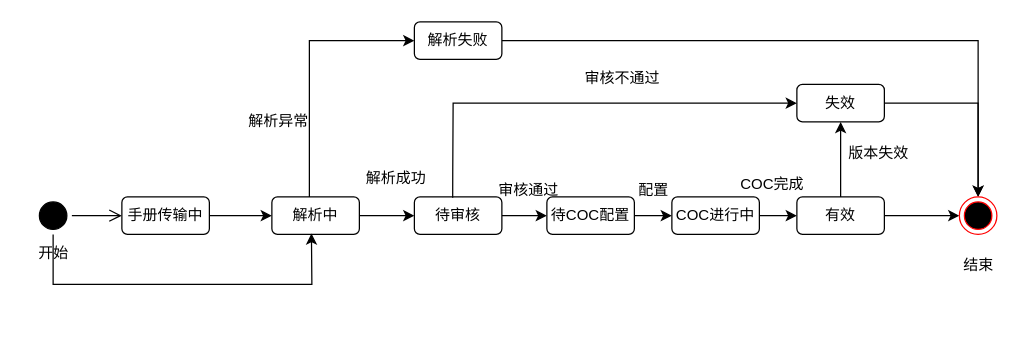
DemonHan/KuickBuy keeps this draw.io diagram as 设计相关/手册状态转移.drawio. Above is the earlier version. Source tidied: cells renumbered, new cells numbered last; positions are measured from the earlier drawing's top-left corner, leaving out a move shared by most shapes. Both pictures are drawn from the tidied source at 125%, with x=0, y=0 at pixel (21, 21).
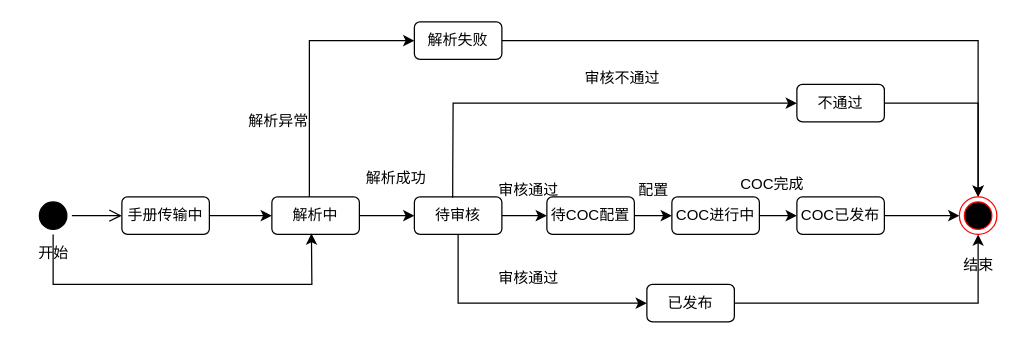
The same page after the edit.

Commit message (it also covers changes not shown here):
更新手册状态转移.drawio

The change refers to these unchanged cells:
```xml
<mxCell id="8" value="待审核" style="rounded=1;whiteSpace=wrap;html=1;" parent="1" vertex="1">
  <mxGeometry x="314" y="140" width="70" height="30" as="geometry" />
</mxCell>
<mxCell id="19" style="ellipse;html=1;shape=endState;fillColor=#000000;strokeColor=#ff0000;" parent="1" vertex="1">
  <mxGeometry x="750" y="140" width="30" height="30" as="geometry" />
</mxCell>
```

What changed in the source:
```diff
@@
+    <mxCell id="34" style="edgeStyle=orthogonalEdgeStyle;rounded=0;jettySize=auto;html=1;entryX=0;entryY=0.5;entryDx=0;entryDy=0;" parent="1" edge="1" source="8" target="36">
+      <mxGeometry relative="1" as="geometry">
+        <Array as="points">
+          <mxPoint x="349" y="225" />
+        </Array>
+      </mxGeometry>
+    </mxCell>
@@
-    <mxCell id="14" style="edgeStyle=orthogonalEdgeStyle;rounded=0;jettySize=auto;html=1;entryX=0.5;entryY=1;entryDx=0;entryDy=0;strokeColor=#000000;" parent="1" edge="1" source="15" target="18">
-      <mxGeometry relative="1" as="geometry" />
-    </mxCell>
-    <mxCell id="15" value="有效" style="rounded=1;whiteSpace=wrap;html=1;" parent="1" vertex="1">
+    <mxCell id="15" value="COC已发布" style="rounded=1;whiteSpace=wrap;html=1;" parent="1" vertex="1">
       <mxGeometry x="620" y="140" width="70" height="30" as="geometry" />
     </mxCell>
@@
-    <mxCell id="18" value="失效" style="rounded=1;whiteSpace=wrap;html=1;" parent="1" vertex="1">
+    <mxCell id="18" value="不通过" style="rounded=1;whiteSpace=wrap;html=1;" parent="1" vertex="1">
       <mxGeometry x="620" y="50" width="70" height="30" as="geometry" />
     </mxCell>
@@
-    <mxCell id="29" value="版本失效" style="text;html=1;align=center;verticalAlign=middle;strokeColor=none;fillColor=none;" parent="1" vertex="1">
-      <mxGeometry x="650" y="90" width="70" height="30" as="geometry" />
-    </mxCell>
@@
+    <mxCell id="35" style="edgeStyle=orthogonalEdgeStyle;rounded=0;jettySize=auto;html=1;entryX=0.5;entryY=1;entryDx=0;entryDy=0;" parent="1" edge="1" source="36" target="19">
+      <mxGeometry relative="1" as="geometry">
+        <Array as="points">
+          <mxPoint x="765" y="225" />
+        </Array>
+      </mxGeometry>
+    </mxCell>
+    <mxCell id="36" value="已发布" style="rounded=1;whiteSpace=wrap;html=1;" parent="1" vertex="1">
+      <mxGeometry x="500" y="210" width="70" height="30" as="geometry" />
+    </mxCell>
+    <mxCell id="37" value="审核通过" style="text;html=1;align=center;verticalAlign=middle;strokeColor=none;fillColor=none;" parent="1" vertex="1">
+      <mxGeometry x="370" y="190" width="70" height="30" as="geometry" />
+    </mxCell>
```
